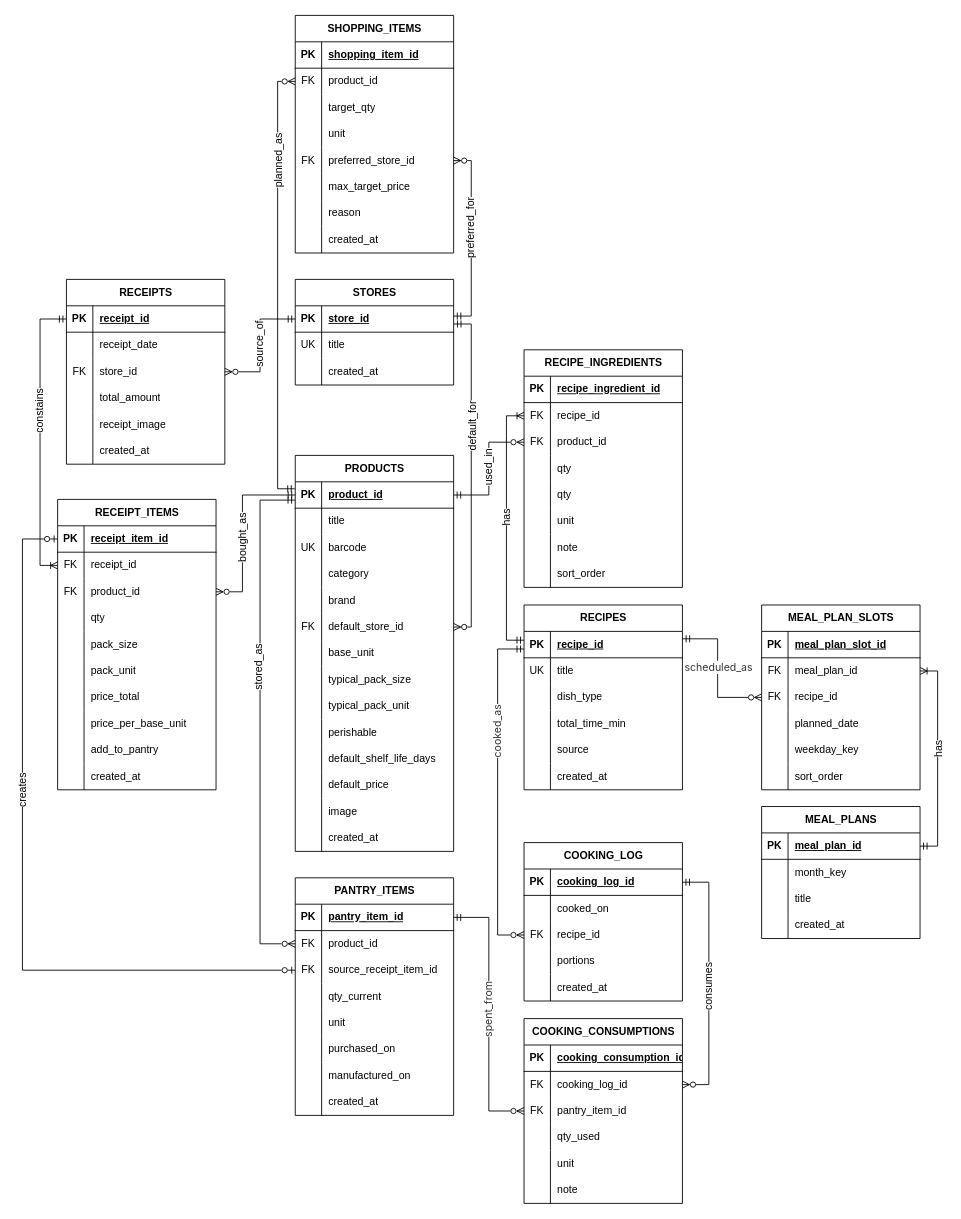
Before: Projects/Кухня/Docs/Диаграмма без названия.drawio in smeryse/Knowledge-Base, a draw.io diagram. Source tidied: cells renumbered, new cells numbered last; positions are measured from the earlier drawing's top-left corner, leaving out a move shared by most shapes. Both pictures are drawn from the tidied source at 88%, with x=0, y=0 at pixel (22, 15).
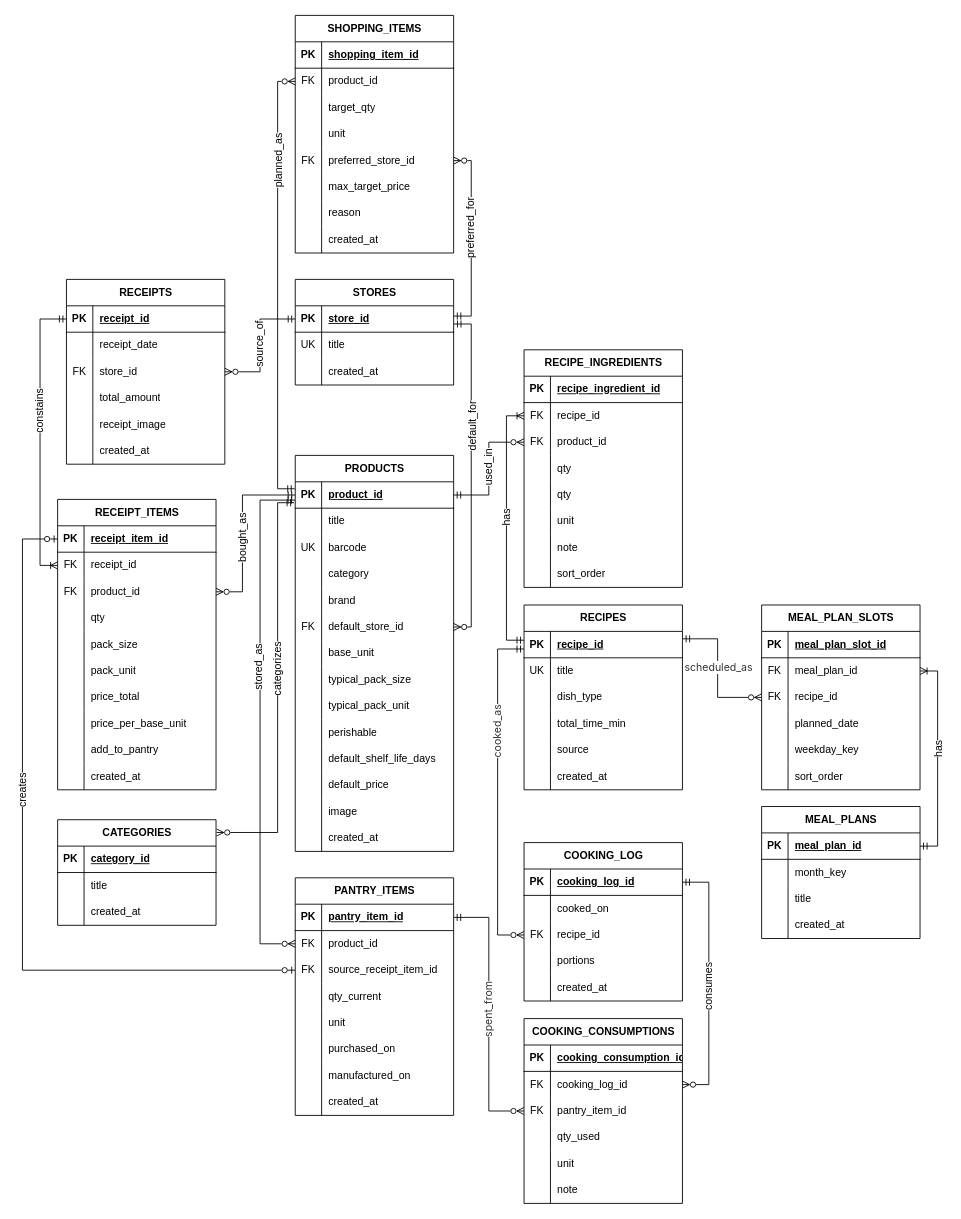
The same page after the edit.

Unchanged cells that the change refers to:
```xml
<mxCell id="107" style="shape=tableRow;horizontal=0;startSize=0;swimlaneHead=0;swimlaneBody=0;fillColor=none;points=[[0,0.5],[1,0.5]];portConstraint=eastwest;top=0;left=0;right=0;bottom=1;" parent="106" vertex="1">
  <mxGeometry y="30" width="180" height="30" as="geometry" />
</mxCell>
```

What changed in the source:
```diff
@@
+    <mxCell id="296" value="CATEGORIES" style="shape=table;startSize=30;childLayout=tableLayout;rowLines=0;fontStyle=1;align=center;html=1;" parent="1" vertex="1">
+      <mxGeometry x="40" y="914" width="180" height="120" as="geometry" />
+    </mxCell>
+    <mxCell id="297" style="shape=tableRow;horizontal=0;startSize=0;swimlaneHead=0;swimlaneBody=0;fillColor=none;top=0;left=0;right=0;bottom=1;" parent="296" vertex="1">
+      <mxGeometry y="30" width="180" height="30" as="geometry" />
+    </mxCell>
+    <mxCell id="298" value="PK" style="shape=partialRectangle;fillColor=none;top=0;left=0;bottom=0;right=0;fontStyle=1;overflow=hidden;whiteSpace=wrap;html=1;" parent="297" vertex="1">
+      <mxGeometry width="30" height="30" as="geometry" />
+    </mxCell>
+    <mxCell id="299" value="category_id" style="shape=partialRectangle;fillColor=none;top=0;left=0;bottom=0;right=0;align=left;spacingLeft=6;fontStyle=5;overflow=hidden;whiteSpace=wrap;html=1;" parent="297" vertex="1">
+      <mxGeometry x="30" width="150" height="30" as="geometry" />
+    </mxCell>
+    <mxCell id="300" style="shape=tableRow;horizontal=0;startSize=0;swimlaneHead=0;swimlaneBody=0;fillColor=none;top=0;left=0;right=0;bottom=0;" parent="296" vertex="1">
+      <mxGeometry y="60" width="180" height="30" as="geometry" />
+    </mxCell>
+    <mxCell id="301" style="shape=partialRectangle;fillColor=none;top=0;left=0;bottom=0;right=0;overflow=hidden;whiteSpace=wrap;html=1;" parent="300" vertex="1">
+      <mxGeometry width="30" height="30" as="geometry" />
+    </mxCell>
+    <mxCell id="302" value="title" style="shape=partialRectangle;fillColor=none;top=0;left=0;bottom=0;right=0;align=left;spacingLeft=6;overflow=hidden;whiteSpace=wrap;html=1;" parent="300" vertex="1">
+      <mxGeometry x="30" width="150" height="30" as="geometry" />
+    </mxCell>
+    <mxCell id="303" style="shape=tableRow;horizontal=0;startSize=0;swimlaneHead=0;swimlaneBody=0;fillColor=none;top=0;left=0;right=0;bottom=0;" parent="296" vertex="1">
+      <mxGeometry y="90" width="180" height="30" as="geometry" />
+    </mxCell>
+    <mxCell id="304" style="shape=partialRectangle;fillColor=none;top=0;left=0;bottom=0;right=0;overflow=hidden;whiteSpace=wrap;html=1;" parent="303" vertex="1">
+      <mxGeometry width="30" height="30" as="geometry" />
+    </mxCell>
+    <mxCell id="305" value="created_at" style="shape=partialRectangle;fillColor=none;top=0;left=0;bottom=0;right=0;align=left;spacingLeft=6;overflow=hidden;whiteSpace=wrap;html=1;" parent="303" vertex="1">
+      <mxGeometry x="30" width="150" height="30" as="geometry" />
+    </mxCell>
+    <mxCell id="306" style="rounded=0;jettySize=auto;html=1;endArrow=ERzeroToMany;endFill=0;startArrow=ERmandOne;startFill=0;edgeStyle=elbowEdgeStyle;elbow=horizontal;strokeWidth=1;jumpSize=6;endSize=6;startSize=6;exitX=-0.007;exitY=0.792;exitDx=0;exitDy=0;exitPerimeter=0;entryX=1.004;entryY=0.121;entryDx=0;entryDy=0;entryPerimeter=0;" parent="1" edge="1" source="107" target="296">
+      <mxGeometry relative="1" as="geometry">
+        <Array as="points">
+          <mxPoint x="290" y="960" />
+        </Array>
+      </mxGeometry>
+    </mxCell>
+    <mxCell id="307" value="categorizes" style="edgeLabel;html=1;align=center;verticalAlign=middle;fontSize=12;horizontal=0;" parent="306" vertex="1">
+      <mxGeometry x="-0.25" y="-1" relative="1" as="geometry">
+        <mxPoint y="35" as="offset" />
+      </mxGeometry>
+    </mxCell>
```
